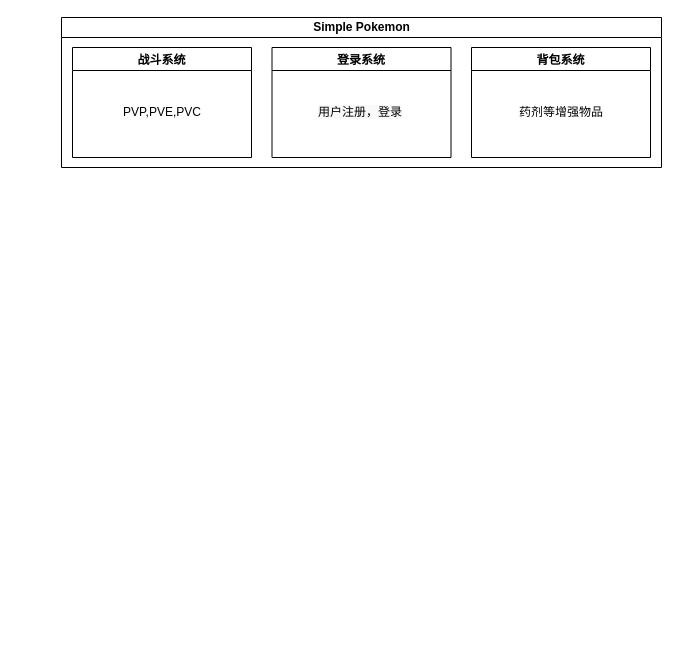
Before: assets/design/游戏架构.drawio in qingzhixing/SimplePokemon, a draw.io diagram. Source tidied: cells renumbered, new cells numbered last; positions are measured from the earlier drawing's top-left corner, leaving out a move shared by most shapes. Both pictures are drawn from the tidied source at 100%, with x=0, y=0 at pixel (61, 17).
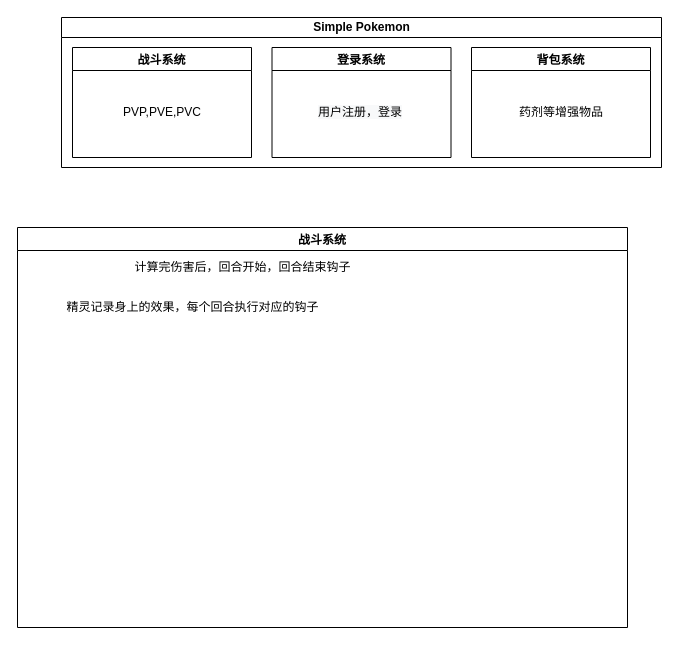
The same page after the edit.

Change to the diagram source:
```diff
@@
 <mxGraphModel>
   <root>
     <mxCell id="0" />
     <mxCell id="1" parent="0" />
     <mxCell id="2" value="Simple Pokemon" style="swimlane;html=1;startSize=20;horizontal=1;containerType=tree;glass=0;" parent="1" vertex="1">
       <mxGeometry width="600" height="150" as="geometry" />
     </mxCell>
     <mxCell id="3" value="战斗系统" style="swimlane;" parent="2" vertex="1">
       <mxGeometry x="11" y="30" width="179" height="110" as="geometry" />
     </mxCell>
     <mxCell id="4" value="PVP,PVE,PVC" style="text;html=1;strokeColor=none;fillColor=none;align=center;verticalAlign=middle;whiteSpace=wrap;rounded=0;" parent="3" vertex="1">
       <mxGeometry x="10" y="30" width="160" height="70" as="geometry" />
     </mxCell>
     <mxCell id="5" value="背包系统" style="swimlane;" parent="2" vertex="1">
       <mxGeometry x="410" y="30" width="179" height="110" as="geometry" />
     </mxCell>
     <mxCell id="6" value="药剂等增强物品" style="text;html=1;strokeColor=none;fillColor=none;align=center;verticalAlign=middle;whiteSpace=wrap;rounded=0;" parent="5" vertex="1">
       <mxGeometry x="10" y="30" width="160" height="70" as="geometry" />
     </mxCell>
     <mxCell id="7" value="登录系统" style="swimlane;" parent="2" vertex="1">
       <mxGeometry x="210.5" y="30" width="179" height="110" as="geometry" />
     </mxCell>
     <mxCell id="8" value="&lt;span style=&quot;color: rgb(0, 0, 0); font-family: Helvetica; font-size: 12px; font-style: normal; font-variant-ligatures: normal; font-variant-caps: normal; font-weight: 400; letter-spacing: normal; orphans: 2; text-align: center; text-indent: 0px; text-transform: none; widows: 2; word-spacing: 0px; -webkit-text-stroke-width: 0px; background-color: rgb(248, 249, 250); text-decoration-thickness: initial; text-decoration-style: initial; text-decoration-color: initial; float: none; display: inline !important;&quot;&gt;用户注册，登录&lt;/span&gt;" style="text;html=1;strokeColor=none;fillColor=none;align=center;verticalAlign=middle;whiteSpace=wrap;rounded=0;" parent="7" vertex="1">
       <mxGeometry x="6" y="30" width="164" height="70" as="geometry" />
     </mxCell>
+    <mxCell id="9" value="战斗系统" style="swimlane;" parent="1" vertex="1">
+      <mxGeometry x="-44" y="210" width="610" height="400" as="geometry" />
+    </mxCell>
+    <mxCell id="10" value="计算完伤害后，回合开始，回合结束钩子" style="text;html=1;align=center;verticalAlign=middle;strokeColor=none;fillColor=none;" parent="9" vertex="1">
+      <mxGeometry x="110" y="30" width="230" height="20" as="geometry" />
+    </mxCell>
+    <mxCell id="11" value="精灵记录身上的效果，每个回合执行对应的钩子" style="text;html=1;align=center;verticalAlign=middle;strokeColor=none;fillColor=none;" parent="9" vertex="1">
+      <mxGeometry x="40" y="70" width="270" height="20" as="geometry" />
+    </mxCell>
   </root>
 </mxGraphModel>
```
